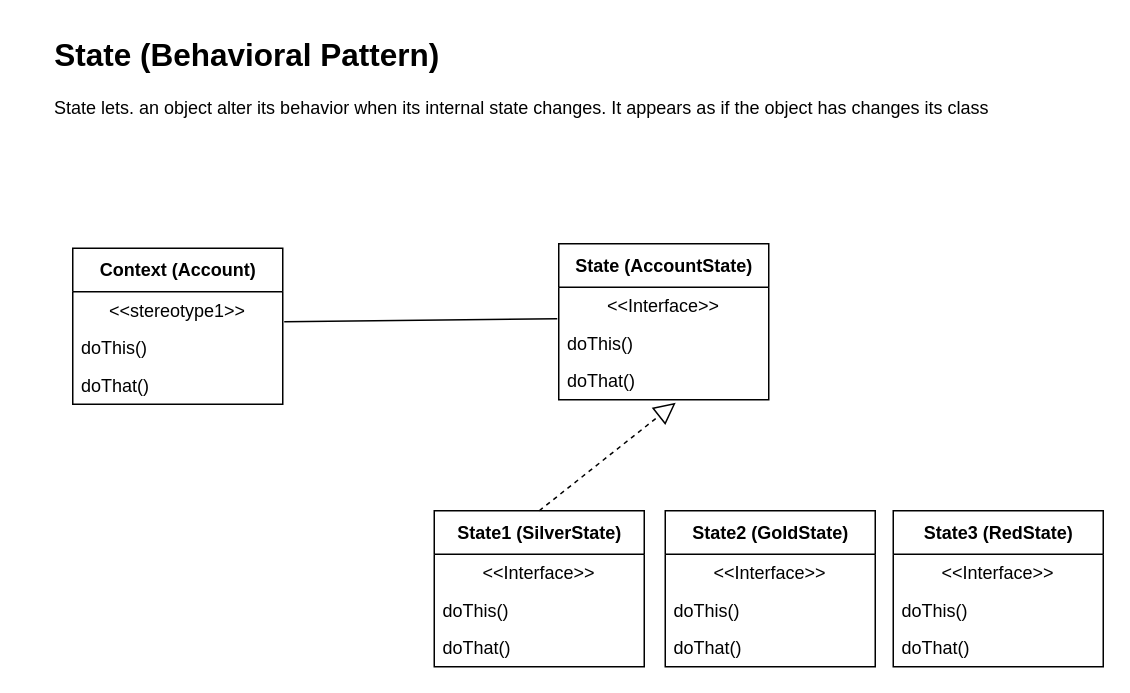
This is page "State" (23 of 24) of design-patterns.drawio from p-killer/Boa-Design-Pattern, a draw.io file, before an edit. Source tidied: cells renumbered, new cells numbered last; positions are measured from the earlier drawing's top-left corner, leaving out a move shared by most shapes. Both pictures are drawn from the tidied source at 150%, with x=0, y=0 at pixel (39, 26).
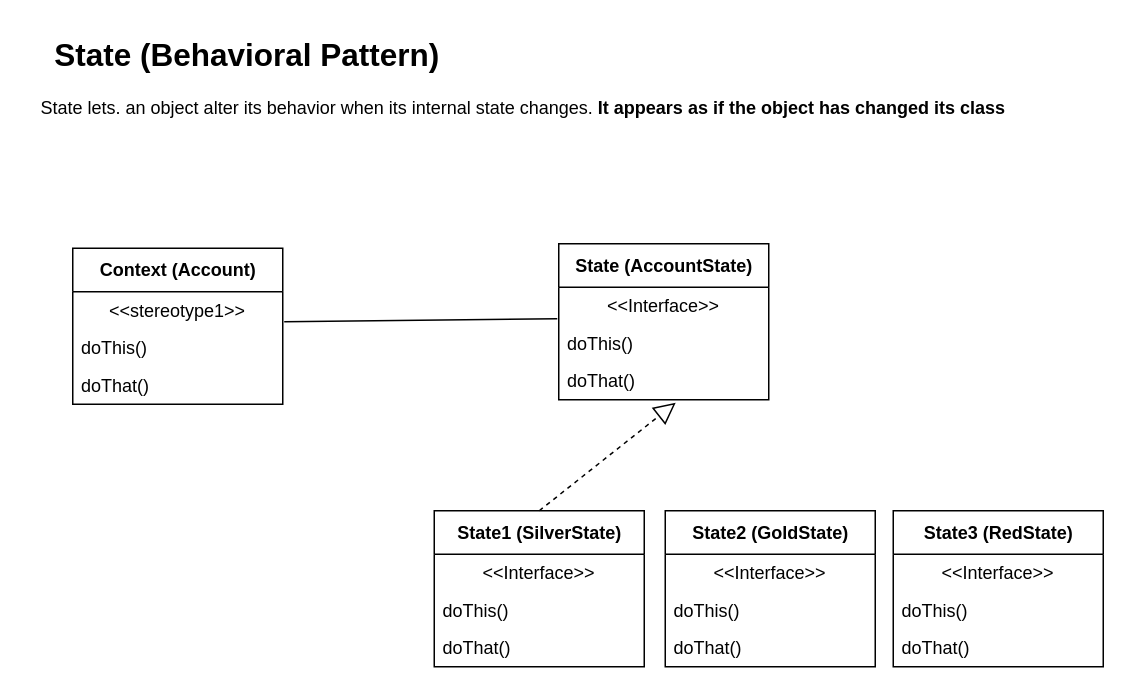
The same page after the edit.

Diff of the diagram source:
```diff
@@
-    <mxCell id="3" value="State lets. an object alter its behavior when its internal state changes. It appears as if the object has changes its class" style="text;html=1;align=center;verticalAlign=middle;strokeColor=none;fillColor=none;" parent="1" vertex="1">
-      <mxGeometry y="42" width="641" height="26" as="geometry" />
+    <mxCell id="3" value="State lets. an object alter its behavior when its internal state changes. &lt;b&gt;It appears as if the object has changed its class&lt;/b&gt;" style="text;html=1;align=center;verticalAlign=middle;strokeColor=none;fillColor=none;" parent="1" vertex="1">
+      <mxGeometry x="-9" y="42" width="661" height="26" as="geometry" />
     </mxCell>
```
